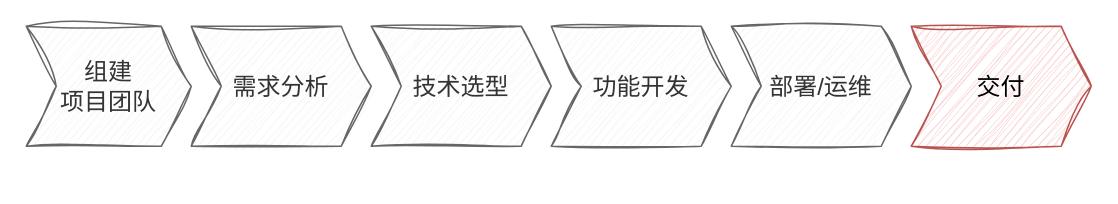
Before: 低代码——软件开发过程.drawio in tangyaosimida/love, a draw.io diagram. Source tidied: cells renumbered, new cells numbered last; positions are measured from the earlier drawing's top-left corner, leaving out a move shared by most shapes. Both pictures are drawn from the tidied source at 150%, with x=0, y=0 at pixel (26, 26).
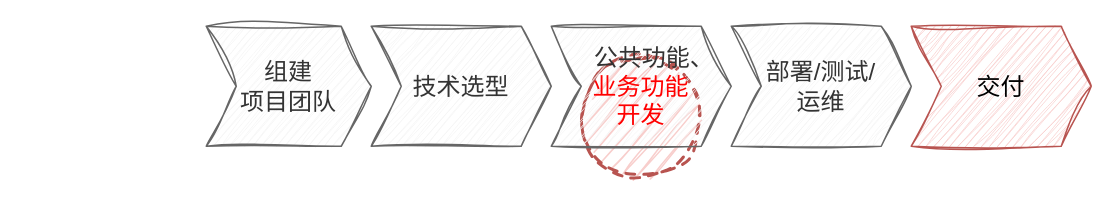
The same diagram, later.

Commit message (it also covers changes not shown here):
更新低代码——软件开发过程.drawio

Change to the diagram source:
```diff
@@
 <mxGraphModel>
   <root>
     <mxCell id="0" />
     <mxCell id="1" parent="0" />
+    <mxCell id="8" style="ellipse;whiteSpace=wrap;html=1;dashed=1;strokeWidth=2;strokeColor=#b85450;fillColor=#f8cecc;sketch=1;curveFitting=1;jiggle=2;" parent="1" vertex="1">
+      <mxGeometry x="370" y="20" width="80" height="80" as="geometry" />
+    </mxCell>
     <mxCell id="2" value="组建&lt;div&gt;项目团队&lt;/div&gt;" style="shape=step;perimeter=stepPerimeter;whiteSpace=wrap;html=1;fixedSize=1;fontSize=16;fillColor=#f5f5f5;strokeColor=#666666;sketch=1;curveFitting=1;jiggle=2;fontColor=#333333;" parent="1" vertex="1">
-      <mxGeometry width="110" height="80" as="geometry" />
+      <mxGeometry x="120" width="110" height="80" as="geometry" />
     </mxCell>
-    <mxCell id="3" value="需求分析" style="shape=step;perimeter=stepPerimeter;whiteSpace=wrap;html=1;fixedSize=1;fontSize=16;fillColor=#f5f5f5;strokeColor=#666666;sketch=1;curveFitting=1;jiggle=2;fontColor=#333333;" parent="1" vertex="1">
-      <mxGeometry x="110" width="120" height="80" as="geometry" />
-    </mxCell>
     <mxCell id="4" value="技术选型" style="shape=step;perimeter=stepPerimeter;whiteSpace=wrap;html=1;fixedSize=1;fontSize=16;fillColor=#f5f5f5;strokeColor=#666666;sketch=1;curveFitting=1;jiggle=2;fontColor=#333333;" parent="1" vertex="1">
       <mxGeometry x="230" width="120" height="80" as="geometry" />
     </mxCell>
-    <mxCell id="5" value="功能开发" style="shape=step;perimeter=stepPerimeter;whiteSpace=wrap;html=1;fixedSize=1;fontSize=16;fillColor=#f5f5f5;strokeColor=#666666;sketch=1;curveFitting=1;jiggle=2;fontColor=#333333;" parent="1" vertex="1">
+    <mxCell id="5" value="&amp;nbsp; &amp;nbsp; 公共功能、&lt;div&gt;&lt;font color=&quot;#ff0000&quot;&gt;业务功能&lt;/font&gt;&lt;/div&gt;&lt;div&gt;&lt;font color=&quot;#ff0000&quot;&gt;开发&lt;/font&gt;&lt;/div&gt;" style="shape=step;perimeter=stepPerimeter;whiteSpace=wrap;html=1;fixedSize=1;fontSize=16;fillColor=#f5f5f5;strokeColor=#666666;sketch=1;curveFitting=1;jiggle=2;fontColor=#333333;" parent="1" vertex="1">
       <mxGeometry x="350" width="120" height="80" as="geometry" />
     </mxCell>
     <mxCell id="6" value="交付" style="shape=step;perimeter=stepPerimeter;whiteSpace=wrap;html=1;fixedSize=1;fontSize=16;fillColor=#f8cecc;strokeColor=#b85450;sketch=1;curveFitting=1;jiggle=2;" parent="1" vertex="1">
       <mxGeometry x="590" width="120" height="80" as="geometry" />
     </mxCell>
-    <mxCell id="7" value="部署/运维" style="shape=step;perimeter=stepPerimeter;whiteSpace=wrap;html=1;fixedSize=1;fontSize=16;fillColor=#f5f5f5;strokeColor=#666666;sketch=1;curveFitting=1;jiggle=2;fontColor=#333333;" parent="1" vertex="1">
+    <mxCell id="7" value="部署/测试/&lt;div&gt;运维&lt;/div&gt;" style="shape=step;perimeter=stepPerimeter;whiteSpace=wrap;html=1;fixedSize=1;fontSize=16;fillColor=#f5f5f5;strokeColor=#666666;sketch=1;curveFitting=1;jiggle=2;fontColor=#333333;" parent="1" vertex="1">
       <mxGeometry x="470" width="120" height="80" as="geometry" />
     </mxCell>
   </root>
 </mxGraphModel>
```
